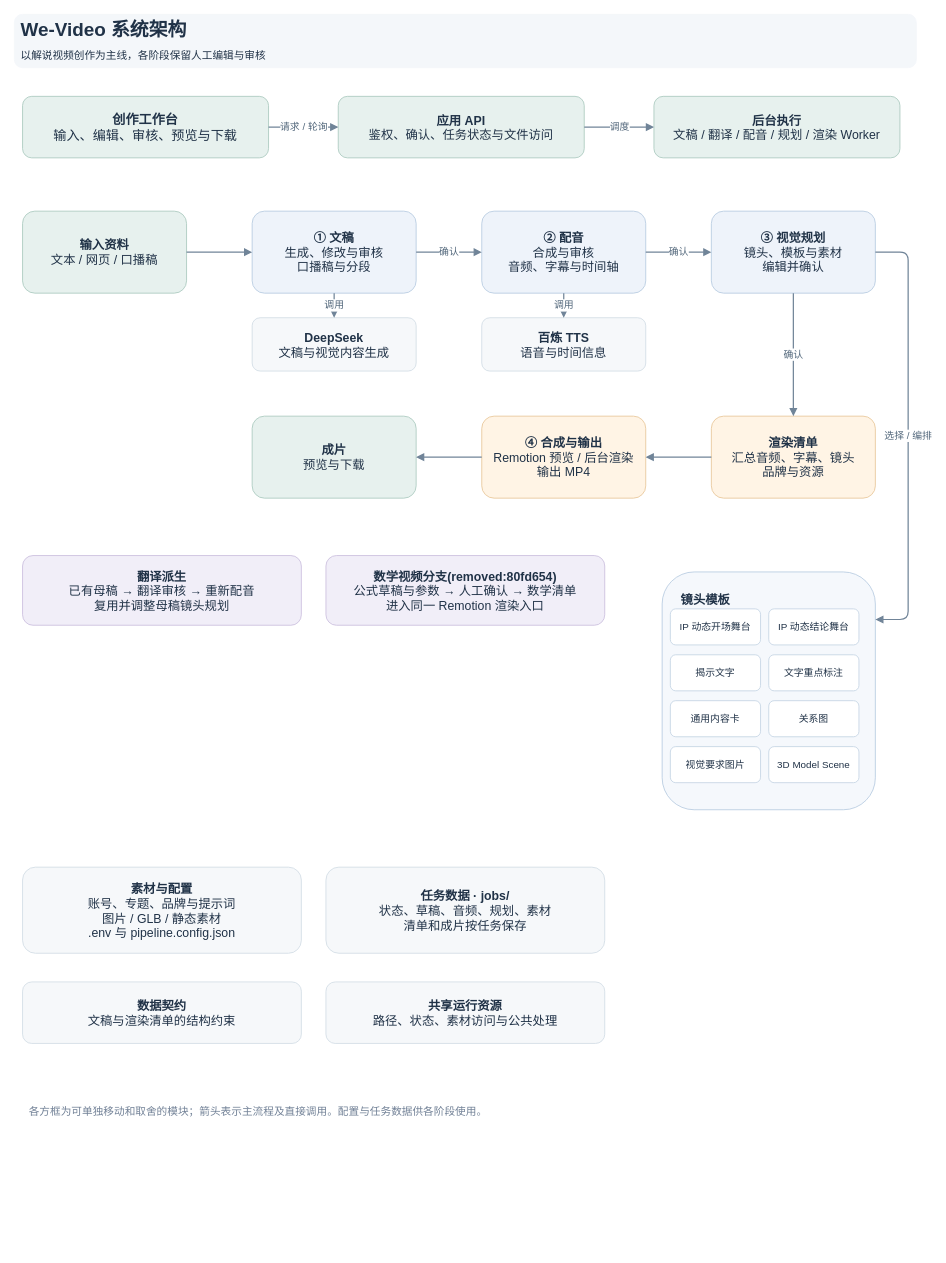
This is doc/architecture.drawio from hongqun/we-video, a draw.io file, before an edit. Source tidied: cells renumbered, new cells numbered last; positions are measured from the earlier drawing's top-left corner, leaving out a move shared by most shapes. Both pictures are drawn from the tidied source at 82%, with x=0, y=0 at pixel (14, 14).
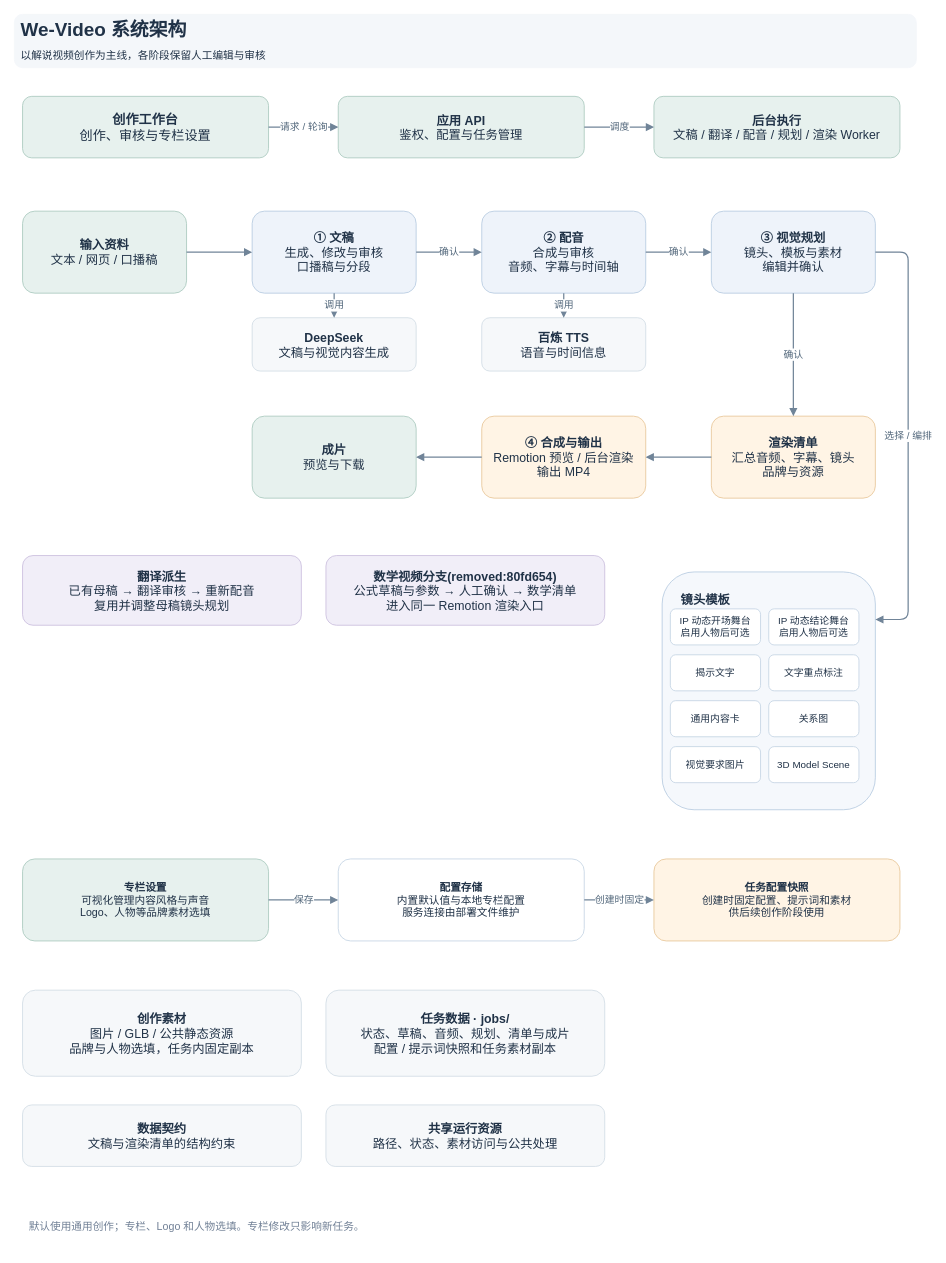
The same diagram, later.

Unchanged cells that the change refers to:
```xml
<mxCell id="21" value="&lt;b&gt;镜头模板&lt;/b&gt;" style="rounded=1;whiteSpace=wrap;html=1;fillColor=#f5f8fc;strokeColor=#b5c9df;fontColor=#203247;fontSize=15;spacing=8;align=left;verticalAlign=top;spacingTop=12;spacingLeft=15;" parent="1" vertex="1">
  <mxGeometry x="790" y="680" width="260" height="290" as="geometry" />
</mxCell>
```

Change to the diagram source:
```diff
@@
-    <mxCell id="3" value="&lt;b&gt;创作工作台&lt;/b&gt;&lt;br&gt;输入、编辑、审核、预览与下载" style="rounded=1;whiteSpace=wrap;html=1;fillColor=#e7f1ee;strokeColor=#a8c8bd;fontColor=#203247;fontSize=15;spacing=8;fontSize=16;" parent="1" vertex="1">
+    <mxCell id="3" value="&lt;b&gt;创作工作台&lt;/b&gt;&lt;br&gt;创作、审核与专栏设置" style="rounded=1;whiteSpace=wrap;html=1;fillColor=#e7f1ee;strokeColor=#a8c8bd;fontColor=#203247;fontSize=15;spacing=8;fontSize=16;" parent="1" vertex="1">
       <mxGeometry x="10" y="100" width="300" height="75" as="geometry" />
     </mxCell>
@@
-    <mxCell id="22" value="IP 动态开场舞台" style="rounded=1;whiteSpace=wrap;html=1;fillColor=#ffffff;strokeColor=#c3d3e3;fontColor=#203247;fontSize=12;spacing=3;" parent="21" vertex="1">
+    <mxCell id="22" value="IP 动态开场舞台&lt;br&gt;启用人物后可选" style="rounded=1;whiteSpace=wrap;html=1;fillColor=#ffffff;strokeColor=#c3d3e3;fontColor=#203247;fontSize=12;spacing=3;" parent="21" vertex="1">
       <mxGeometry x="10" y="45" width="110" height="44" as="geometry" />
     </mxCell>
-    <mxCell id="23" value="IP 动态结论舞台" style="rounded=1;whiteSpace=wrap;html=1;fillColor=#ffffff;strokeColor=#c3d3e3;fontColor=#203247;fontSize=12;spacing=3;" parent="21" vertex="1">
+    <mxCell id="23" value="IP 动态结论舞台&lt;br&gt;启用人物后可选" style="rounded=1;whiteSpace=wrap;html=1;fillColor=#ffffff;strokeColor=#c3d3e3;fontColor=#203247;fontSize=12;spacing=3;" parent="21" vertex="1">
       <mxGeometry x="130" y="45" width="110" height="44" as="geometry" />
     </mxCell>
@@
-    <mxCell id="31" value="&lt;b&gt;素材与配置&lt;/b&gt;&lt;br&gt;账号、专题、品牌与提示词&lt;br&gt;图片 / GLB / 静态素材&lt;br&gt;.env 与 pipeline.config.json" style="rounded=1;whiteSpace=wrap;html=1;fillColor=#f6f8fa;strokeColor=#d1dce4;fontColor=#203247;fontSize=15;spacing=8;" parent="1" vertex="1">
-      <mxGeometry x="10" y="1040" width="340" height="105" as="geometry" />
+    <mxCell id="31" value="&lt;b&gt;创作素材&lt;/b&gt;&lt;br&gt;图片 / GLB / 公共静态资源&lt;br&gt;品牌与人物选填，任务内固定副本" style="rounded=1;whiteSpace=wrap;html=1;fillColor=#f6f8fa;strokeColor=#d1dce4;fontColor=#203247;fontSize=15;spacing=8;" parent="1" vertex="1">
+      <mxGeometry x="10" y="1190" width="340" height="105" as="geometry" />
     </mxCell>
-    <mxCell id="32" value="&lt;b&gt;任务数据 · jobs/&lt;/b&gt;&lt;br&gt;状态、草稿、音频、规划、素材&lt;br&gt;清单和成片按任务保存" style="rounded=1;whiteSpace=wrap;html=1;fillColor=#f6f8fa;strokeColor=#d1dce4;fontColor=#203247;fontSize=15;spacing=8;" parent="1" vertex="1">
-      <mxGeometry x="380" y="1040" width="340" height="105" as="geometry" />
+    <mxCell id="32" value="&lt;b&gt;任务数据 · jobs/&lt;/b&gt;&lt;br&gt;状态、草稿、音频、规划、清单与成片&lt;br&gt;配置 / 提示词快照和任务素材副本" style="rounded=1;whiteSpace=wrap;html=1;fillColor=#f6f8fa;strokeColor=#d1dce4;fontColor=#203247;fontSize=15;spacing=8;" parent="1" vertex="1">
+      <mxGeometry x="380" y="1190" width="340" height="105" as="geometry" />
     </mxCell>
@@
-    <mxCell id="35" value="各方框为可单独移动和取舍的模块；箭头表示主流程及直接调用。配置与任务数据供各阶段使用。" style="rounded=1;whiteSpace=wrap;html=1;fillColor=#ffffff;strokeColor=#ffffff;fontColor=#203247;fontSize=15;spacing=8;fontSize=13;fontColor=#718096;align=left;" parent="1" vertex="1">
-      <mxGeometry x="10" y="1310" width="1040" height="55" as="geometry" />
+    <mxCell id="35" value="默认使用通用创作；专栏、Logo 和人物选填。专栏修改只影响新任务。" style="rounded=1;whiteSpace=wrap;html=1;fillColor=#ffffff;strokeColor=#ffffff;fontColor=#203247;fontSize=15;spacing=8;fontSize=13;fontColor=#718096;align=left;" parent="1" vertex="1">
+      <mxGeometry x="10" y="1450" width="1040" height="55" as="geometry" />
     </mxCell>
-    <mxCell id="36" value="&lt;b&gt;应用 API&lt;/b&gt;&lt;br&gt;鉴权、确认、任务状态与文件访问" style="rounded=1;whiteSpace=wrap;html=1;fillColor=#e7f1ee;strokeColor=#a8c8bd;fontColor=#203247;fontSize=15;spacing=8;" parent="1" vertex="1">
+    <mxCell id="36" value="&lt;b&gt;应用 API&lt;/b&gt;&lt;br&gt;鉴权、配置与任务管理" style="rounded=1;whiteSpace=wrap;html=1;fillColor=#e7f1ee;strokeColor=#a8c8bd;fontColor=#203247;fontSize=15;spacing=8;" parent="1" vertex="1">
       <mxGeometry x="395" y="100" width="300" height="75" as="geometry" />
     </mxCell>
@@
     <mxCell id="40" value="&lt;b&gt;数据契约&lt;/b&gt;&lt;br&gt;文稿与渲染清单的结构约束" style="rounded=1;whiteSpace=wrap;html=1;fillColor=#f6f8fa;strokeColor=#d1dce4;fontColor=#203247;fontSize=15;spacing=8;" parent="1" vertex="1">
-      <mxGeometry x="10" y="1180" width="340" height="75" as="geometry" />
+      <mxGeometry x="10" y="1330" width="340" height="75" as="geometry" />
     </mxCell>
     <mxCell id="41" value="&lt;b&gt;共享运行资源&lt;/b&gt;&lt;br&gt;路径、状态、素材访问与公共处理" style="rounded=1;whiteSpace=wrap;html=1;fillColor=#f6f8fa;strokeColor=#d1dce4;fontColor=#203247;fontSize=15;spacing=8;" parent="1" vertex="1">
-      <mxGeometry x="380" y="1180" width="340" height="75" as="geometry" />
+      <mxGeometry x="380" y="1330" width="340" height="75" as="geometry" />
     </mxCell>
+    <mxCell id="42" value="&lt;b&gt;专栏设置&lt;/b&gt;&lt;br&gt;可视化管理内容风格与声音&lt;br&gt;Logo、人物等品牌素材选填" style="rounded=1;whiteSpace=wrap;html=1;fontColor=#203247;fontSize=13;spacing=8;fillColor=#e7f1ee;strokeColor=#a8c8bd;" parent="1" vertex="1">
+      <mxGeometry x="10" y="1030" width="300" height="100" as="geometry" />
+    </mxCell>
+    <mxCell id="43" value="&lt;b&gt;配置存储&lt;/b&gt;&lt;br&gt;内置默认值与本地专栏配置&lt;br&gt;服务连接由部署文件维护" style="rounded=1;whiteSpace=wrap;html=1;fontColor=#203247;fontSize=13;spacing=8;fillColor=#ffffff;strokeColor=#c3d3e3;" parent="1" vertex="1">
+      <mxGeometry x="395" y="1030" width="300" height="100" as="geometry" />
+    </mxCell>
+    <mxCell id="44" value="&lt;b&gt;任务配置快照&lt;/b&gt;&lt;br&gt;创建时固定配置、提示词和素材&lt;br&gt;供后续创作阶段使用" style="rounded=1;whiteSpace=wrap;html=1;fontColor=#203247;fontSize=13;spacing=8;fillColor=#fff4e5;strokeColor=#e7c496;" parent="1" vertex="1">
+      <mxGeometry x="780" y="1030" width="300" height="100" as="geometry" />
+    </mxCell>
+    <mxCell id="45" value="保存" style="edgeStyle=orthogonalEdgeStyle;rounded=1;html=1;strokeColor=#708498;strokeWidth=1.5;endArrow=block;endFill=1;fontSize=12;fontColor=#52677b;labelBackgroundColor=#ffffff;" parent="1" edge="1" source="42" target="43">
+      <mxGeometry relative="1" as="geometry" />
+    </mxCell>
+    <mxCell id="46" value="创建时固定" style="edgeStyle=orthogonalEdgeStyle;rounded=1;html=1;strokeColor=#708498;strokeWidth=1.5;endArrow=block;endFill=1;fontSize=12;fontColor=#52677b;labelBackgroundColor=#ffffff;" parent="1" edge="1" source="43" target="44">
+      <mxGeometry relative="1" as="geometry" />
+    </mxCell>
```
